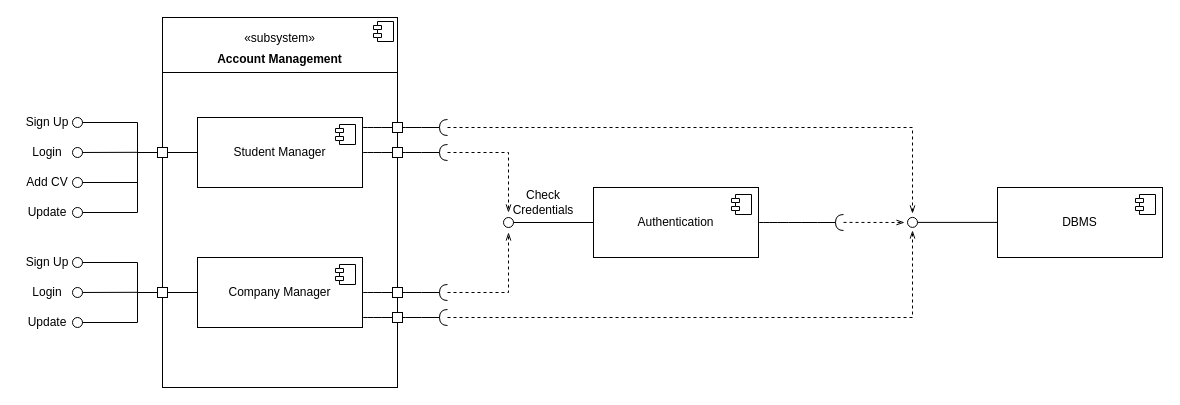
Above: DD/Misc/Component3.drawio in Zero3474/AlkhetiarBonardi (draw.io), before the change. Source tidied: cells renumbered, new cells numbered last; positions are measured from the earlier drawing's top-left corner, leaving out a move shared by most shapes. Both pictures are drawn from the tidied source at 100%, with x=0, y=0 at pixel (17, 17).
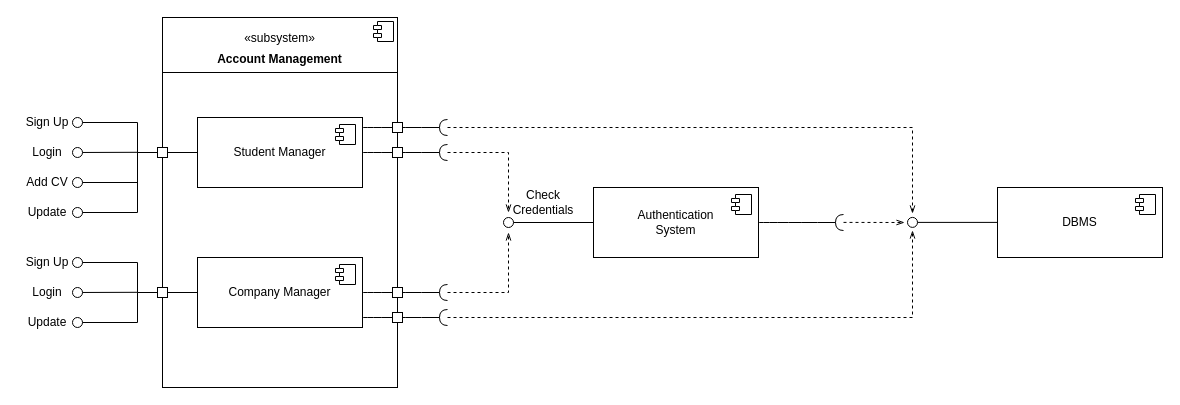
The same page after the edit.

Diff of the diagram source:
```diff
@@
-    <mxCell id="26" value="&lt;div&gt;Authentication&lt;/div&gt;" style="html=1;whiteSpace=wrap;" parent="1" vertex="1">
+    <mxCell id="26" value="&lt;div&gt;Authentication&lt;/div&gt;&lt;div&gt;System&lt;/div&gt;" style="html=1;whiteSpace=wrap;" parent="1" vertex="1">
       <mxGeometry x="576" y="170" width="165" height="70" as="geometry" />
     </mxCell>
```
